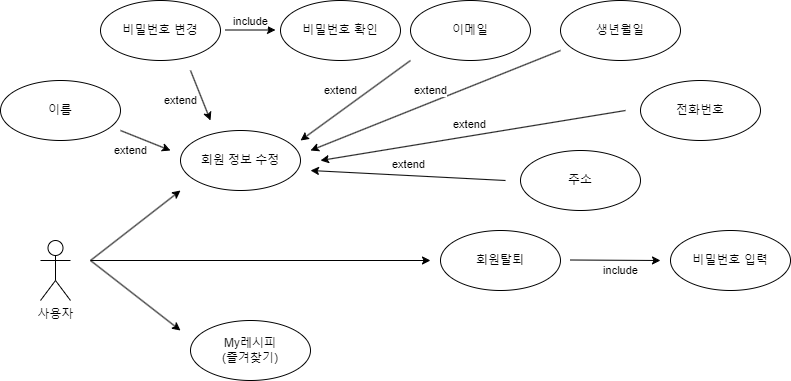
Earlier version of the draw.io export 마이페이지.png (Yoon-jae-min/UsecaseDiagram). Source tidied: cells renumbered, new cells last; positions are measured from the earlier drawing's top-left corner, leaving out a move shared by most shapes.
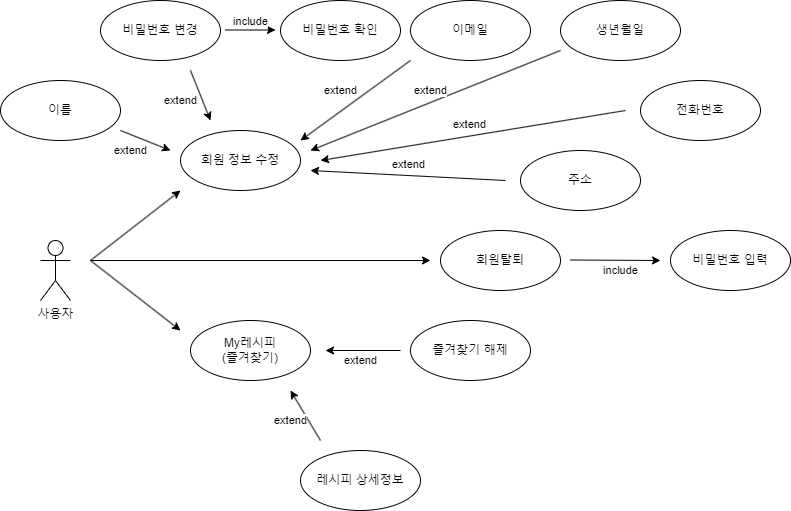
After the commit.

Commit message:
마이페이지.png 업데이트

Change to the diagram source:
```diff
@@ -105,5 +105,24 @@
         <mxPoint x="310" y="170" as="targetPoint" />
       </mxGeometry>
     </mxCell>
+    <mxCell id="25" value="즐겨찾기 해제" style="ellipse;whiteSpace=wrap;html=1;fillColor=none;" parent="1" vertex="1">
+      <mxGeometry x="410" y="320" width="120" height="60" as="geometry" />
+    </mxCell>
+    <mxCell id="26" value="레시피 상세정보" style="ellipse;whiteSpace=wrap;html=1;fillColor=none;" parent="1" vertex="1">
+      <mxGeometry x="300" y="450" width="120" height="60" as="geometry" />
+    </mxCell>
+    <mxCell id="27" value="extend" style="endArrow=classic;html=1;rounded=0;" parent="1" edge="1">
+      <mxGeometry x="0.12" y="15" relative="1" as="geometry">
+        <mxPoint x="320" y="440" as="sourcePoint" />
+        <mxPoint x="290" y="390" as="targetPoint" />
+        <mxPoint y="1" as="offset" />
+      </mxGeometry>
+    </mxCell>
+    <mxCell id="28" value="extend" style="endArrow=classic;html=1;rounded=0;" parent="1" edge="1">
+      <mxGeometry x="0.07" y="10" relative="1" as="geometry">
+        <mxPoint x="400" y="350" as="sourcePoint" />
+        <mxPoint x="325" y="350" as="targetPoint" />
+      </mxGeometry>
+    </mxCell>
   </root>
 </mxGraphModel>
```
